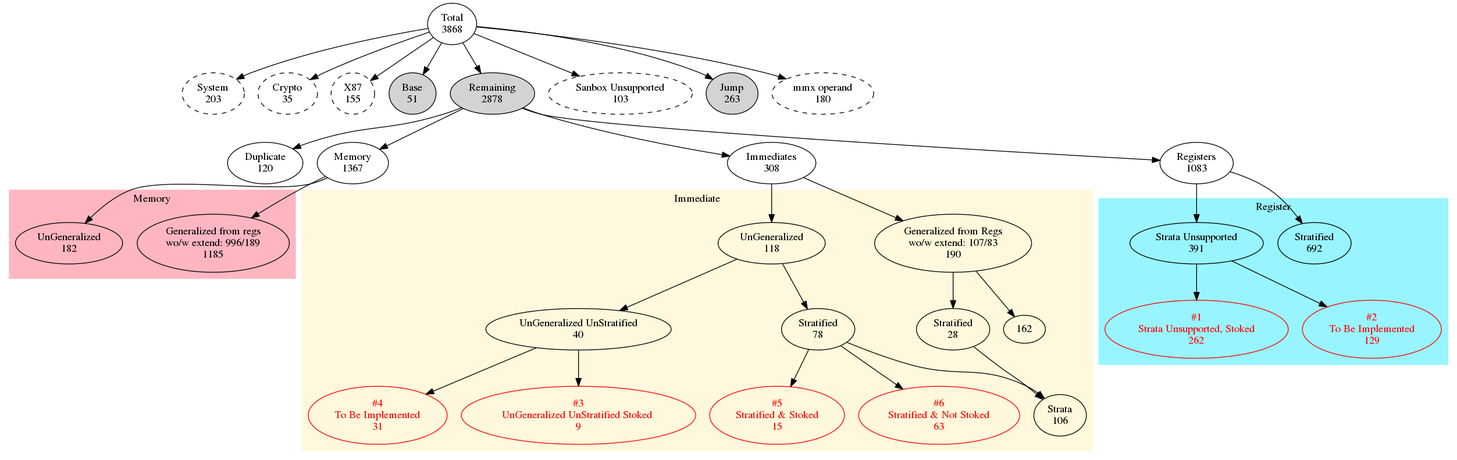
The Graphviz diagram x86-semantics/docs/reports/insttruction_support_status.png in kframework/X86-64-semantics, before a commit. Its source is kept beside it as x86-semantics/docs/reports/insttruction_support_status.dot.
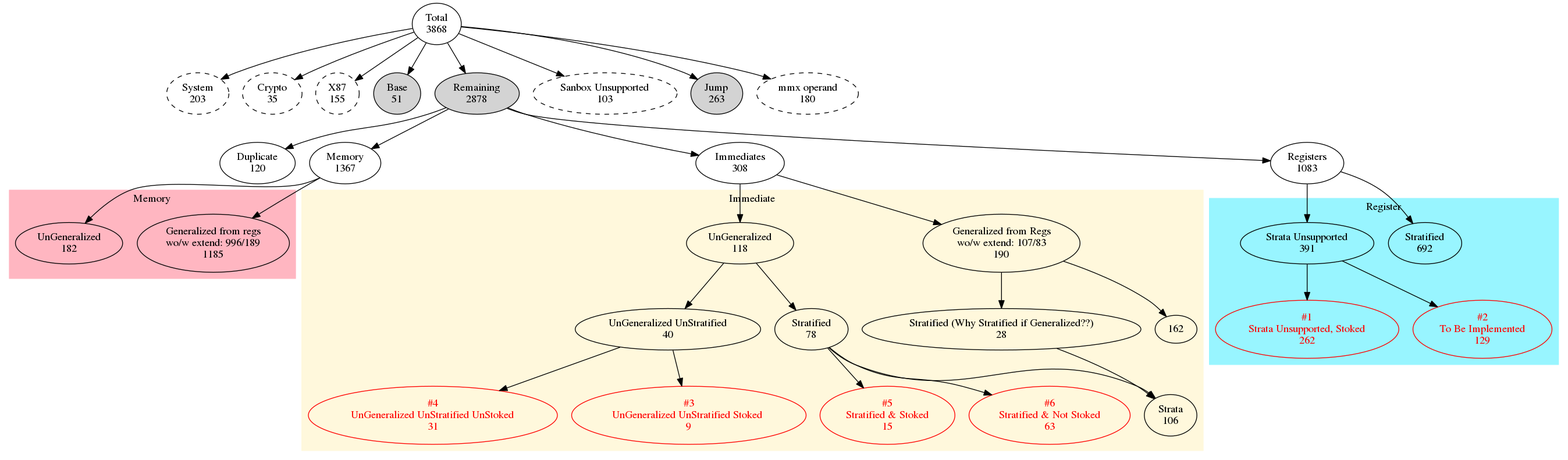
The same file after the commit.

The edit, as a diff of the source:
```diff
@@ -46,15 +46,15 @@
     REGS_STRATA [label="Stratified\n692"]
     REGS_UNSTRATA [label="Strata Unsupported\n391"]
     REGS_UNSTRATA_STOKED [fontcolor=red; color=red; label="#1\nStrata Unsupported, Stoked\n262"]
-    REGS_TBI [fontcolor=red; color=red; label="#2\nTo Be Implemented\n129"]
+    REGS_UGUSUS [fontcolor=red; color=red; label="#2\nTo Be Implemented\n129"]
 
     REGS -> REGS_STRATA
     REGS -> REGS_UNSTRATA
     REGS_UNSTRATA -> REGS_UNSTRATA_STOKED
-    REGS_UNSTRATA -> REGS_TBI
+    REGS_UNSTRATA -> REGS_UGUSUS
 
     {rank = same; REGS_STRATA; REGS_UNSTRATA; }
-    {rank = same; REGS_UNSTRATA_STOKED; REGS_TBI; }
+    {rank = same; REGS_UNSTRATA_STOKED; REGS_UGUSUS; }
   }
   /***************************************************/
 
@@ -81,13 +81,13 @@
     color = cornsilk;
 
     G [label="Generalized from Regs\nwo/w extend: 107/83\n190"]
-    S1 [label="Stratified\n28"]
+    S1 [label="Stratified (Why Stratified if Generalized??)\n28"]
     S [label="Strata\n106"]
     UG [label="UnGeneralized\n118"]
     UGUS [label="UnGeneralized UnStratified\n40"]
     S2 [label="Stratified\n78"]
     UGUSS [fontcolor=red; color=red; label="#3\nUnGeneralized UnStratified Stoked \n9"]
-    TBI [fontcolor=red; color=red; label="#4\nTo Be Implemented\n31"]
+    UGUSUS [fontcolor=red; color=red; label="#4\nUnGeneralized UnStratified UnStoked\n31"]
     S2_STOKED [fontcolor=red; color=red; label="#5\nStratified & Stoked\n15"]
     S2_UNSTOKED [fontcolor=red; color=red; label="#6\nStratified & Not Stoked\n63"]
 
@@ -98,14 +98,14 @@
     G -> 162
     UG -> S2 -> S
     UG -> UGUS -> UGUSS
-    UGUS -> TBI
+    UGUS -> UGUSUS
     S2 -> S2_STOKED
     S2 -> S2_UNSTOKED
 
     {rank = same; IMMS; }
     {rank = same; G; UG; }
     {rank = same; S1; S2; UGUS }
-    {rank = same; S; TBI  }
+    {rank = same; S; UGUSUS  }
     {rank = same; S2_STOKED;S2_UNSTOKED   }
   }
  /***************************************************/
```
